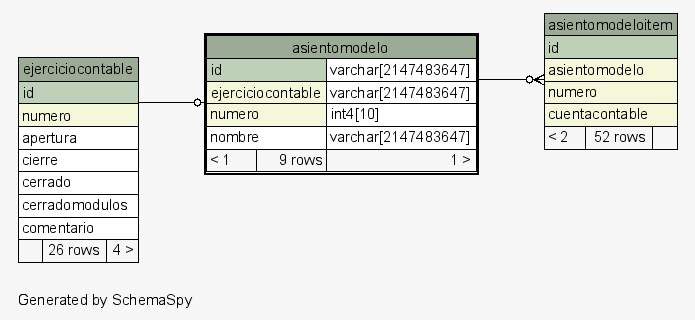
This is postgresql/schemaSpy/salida/diagrams/asientomodelo.1degree.png from diegopablomansilla/massoftware_front, a Graphviz export, as it was before one commit. Its source is kept beside it as postgresql/schemaSpy/salida/diagrams/asientomodelo.1degree.dot.
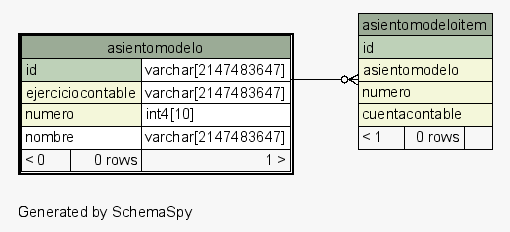
The same file after the commit.

What changed in the source:
```diff
@@ -17,7 +17,6 @@
   edge [
     arrowsize="0.8"
   ];
-  "asientomodelo":"ejerciciocontable":sw -> "ejerciciocontable":"id":se [arrowhead=none dir=back arrowtail=teeodot];
   "asientomodeloitem":"asientomodelo":sw -> "asientomodelo":"id.type":se [arrowhead=none dir=back arrowtail=crowodot];
   "asientomodelo" [
     label=<
@@ -27,7 +26,7 @@
       <TR><TD PORT="ejerciciocontable" COLSPAN="2" BGCOLOR="#f4f7da" ALIGN="LEFT">ejerciciocontable</TD><TD PORT="ejerciciocontable.type" ALIGN="LEFT">varchar[2147483647]</TD></TR>
       <TR><TD PORT="numero" COLSPAN="2" BGCOLOR="#f4f7da" ALIGN="LEFT">numero</TD><TD PORT="numero.type" ALIGN="LEFT">int4[10]</TD></TR>
       <TR><TD PORT="nombre" COLSPAN="2" ALIGN="LEFT">nombre</TD><TD PORT="nombre.type" ALIGN="LEFT">varchar[2147483647]</TD></TR>
-      <TR><TD ALIGN="LEFT" BGCOLOR="#f7f7f7">&lt; 1</TD><TD ALIGN="RIGHT" BGCOLOR="#f7f7f7">9 rows</TD><TD ALIGN="RIGHT" BGCOLOR="#f7f7f7">1 &gt;</TD></TR>
+      <TR><TD ALIGN="LEFT" BGCOLOR="#f7f7f7">&lt; 0</TD><TD ALIGN="RIGHT" BGCOLOR="#f7f7f7">0 rows</TD><TD ALIGN="RIGHT" BGCOLOR="#f7f7f7">1 &gt;</TD></TR>
     </TABLE>>
     URL="asientomodelo.html"
     tooltip="asientomodelo"
@@ -40,25 +39,9 @@
       <TR><TD PORT="asientomodelo" COLSPAN="3" BGCOLOR="#f4f7da" ALIGN="LEFT">asientomodelo</TD></TR>
       <TR><TD PORT="numero" COLSPAN="3" BGCOLOR="#f4f7da" ALIGN="LEFT">numero</TD></TR>
       <TR><TD PORT="cuentacontable" COLSPAN="3" BGCOLOR="#f4f7da" ALIGN="LEFT">cuentacontable</TD></TR>
-      <TR><TD ALIGN="LEFT" BGCOLOR="#f7f7f7">&lt; 2</TD><TD ALIGN="RIGHT" BGCOLOR="#f7f7f7">52 rows</TD><TD ALIGN="RIGHT" BGCOLOR="#f7f7f7">  </TD></TR>
+      <TR><TD ALIGN="LEFT" BGCOLOR="#f7f7f7">&lt; 1</TD><TD ALIGN="RIGHT" BGCOLOR="#f7f7f7">0 rows</TD><TD ALIGN="RIGHT" BGCOLOR="#f7f7f7">  </TD></TR>
     </TABLE>>
     URL="asientomodeloitem.html"
     tooltip="asientomodeloitem"
   ];
-  "ejerciciocontable" [
-    label=<
-    <TABLE BORDER="0" CELLBORDER="1" CELLSPACING="0" BGCOLOR="#ffffff">
-      <TR><TD COLSPAN="3" BGCOLOR="#9bab96" ALIGN="CENTER">ejerciciocontable</TD></TR>
-      <TR><TD PORT="id" COLSPAN="3" BGCOLOR="#bed1b8" ALIGN="LEFT">id</TD></TR>
-      <TR><TD PORT="numero" COLSPAN="3" BGCOLOR="#f4f7da" ALIGN="LEFT">numero</TD></TR>
-      <TR><TD PORT="apertura" COLSPAN="3" ALIGN="LEFT">apertura</TD></TR>
-      <TR><TD PORT="cierre" COLSPAN="3" ALIGN="LEFT">cierre</TD></TR>
-      <TR><TD PORT="cerrado" COLSPAN="3" ALIGN="LEFT">cerrado</TD></TR>
-      <TR><TD PORT="cerradomodulos" COLSPAN="3" ALIGN="LEFT">cerradomodulos</TD></TR>
-      <TR><TD PORT="comentario" COLSPAN="3" ALIGN="LEFT">comentario</TD></TR>
-      <TR><TD ALIGN="LEFT" BGCOLOR="#f7f7f7">  </TD><TD ALIGN="RIGHT" BGCOLOR="#f7f7f7">26 rows</TD><TD ALIGN="RIGHT" BGCOLOR="#f7f7f7">4 &gt;</TD></TR>
-    </TABLE>>
-    URL="ejerciciocontable.html"
-    tooltip="ejerciciocontable"
-  ];
 }
```
